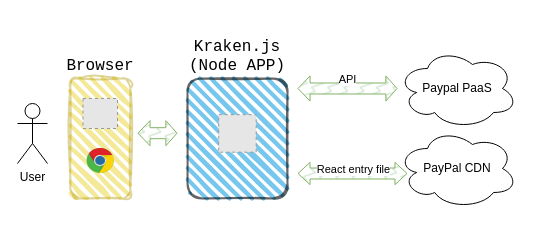
Before: Untitled Diagram.drawio in oceanlvr/oceanlvr-blog, a draw.io diagram. Source tidied: cells renumbered, new cells numbered last; positions are measured from the earlier drawing's top-left corner, leaving out a move shared by most shapes. Both pictures are drawn from the tidied source at 100%, with x=0, y=0 at pixel (17, 48). Pictures stored in the file or linked from it are replaced by grey dashed boxes.
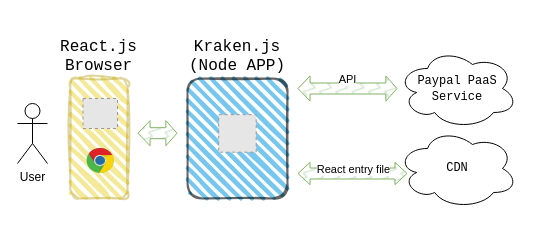
Above is the later version.

The edit, as a diff of the source:
```diff
@@
 <mxGraphModel>
   <root>
     <mxCell id="0" />
     <mxCell id="1" parent="0" />
-    <mxCell id="2" value="&lt;font style=&quot;font-size: 16px;&quot;&gt;Browser&lt;/font&gt;" style="rounded=1;whiteSpace=wrap;html=1;strokeWidth=2;fillWeight=4;hachureGap=8;hachureAngle=45;fillColor=#e3c800;fontColor=#000000;strokeColor=#B09500;opacity=40;gradientColor=none;sketch=1;curveFitting=1;jiggle=2;fontFamily=Courier New;verticalAlign=bottom;labelPosition=center;verticalLabelPosition=top;align=center;" parent="1" vertex="1">
-      <mxGeometry x="52.8" y="30" width="60" height="120" as="geometry" />
+    <mxCell id="2" value="&lt;font style=&quot;font-size: 16px;&quot;&gt;&lt;br&gt;React.js&lt;br&gt;Browser&lt;/font&gt;" style="rounded=1;whiteSpace=wrap;html=1;strokeWidth=2;fillWeight=4;hachureGap=8;hachureAngle=45;fillColor=#e3c800;fontColor=#000000;strokeColor=#B09500;opacity=40;gradientColor=none;sketch=1;curveFitting=1;jiggle=2;fontFamily=Courier New;verticalAlign=bottom;labelPosition=center;verticalLabelPosition=top;align=center;" parent="1" vertex="1">
+      <mxGeometry x="52.8" y="30" width="57.2" height="120" as="geometry" />
     </mxCell>
     <mxCell id="3" value="User" style="shape=umlActor;verticalLabelPosition=bottom;verticalAlign=top;html=1;" parent="1" vertex="1">
       <mxGeometry y="55" width="30" height="60" as="geometry" />
     </mxCell>
     <mxCell id="4" value="&lt;font style=&quot;font-size: 16px;&quot; face=&quot;Courier New&quot;&gt;Kraken.js&lt;br&gt;(Node APP)&lt;br&gt;&lt;/font&gt;" style="rounded=1;whiteSpace=wrap;html=1;strokeWidth=2;fillWeight=4;hachureGap=8;hachureAngle=45;fillColor=#1ba1e2;sketch=1;labelPosition=center;verticalLabelPosition=top;align=center;verticalAlign=bottom;opacity=60;" parent="1" vertex="1">
       <mxGeometry x="170" y="30" width="100" height="120" as="geometry" />
     </mxCell>
     <mxCell id="5" style="fillColor=#E6E6E6;strokeColor=#999999;dashed=1;verticalLabelPosition=bottom;labelBackgroundColor=default;verticalAlign=top;" parent="1" vertex="1">
       <mxGeometry x="201.2" y="66.2" width="37.5" height="37.5" as="geometry" />
     </mxCell>
-    <mxCell id="6" value="Paypal PaaS" style="ellipse;shape=cloud;whiteSpace=wrap;html=1;" parent="1" vertex="1">
+    <mxCell id="6" value="&lt;font face=&quot;Courier New&quot;&gt;Paypal PaaS&lt;br&gt;Service&lt;br&gt;&lt;/font&gt;" style="ellipse;shape=cloud;whiteSpace=wrap;html=1;" parent="1" vertex="1">
       <mxGeometry x="380" width="120" height="80" as="geometry" />
     </mxCell>
     <mxCell id="7" style="shape=flexArrow;endArrow=classic;startArrow=classic;html=1;rounded=0;width=11;endSize=3.3793103448275863;fillColor=#d5e8d4;strokeColor=#82b366;fillStyle=zigzag-line;startWidth=13.10344827586207;startSize=3.68;endWidth=13.10344827586207;" parent="1" edge="1" target="6">
       <mxGeometry relative="1" as="geometry">
         <mxPoint x="280" y="40" as="sourcePoint" />
       </mxGeometry>
     </mxCell>
     <mxCell id="8" value="API" style="edgeLabel;html=1;align=center;verticalAlign=middle;" parent="7" vertex="1">
       <mxGeometry x="0.25" y="2" relative="1" as="geometry">
         <mxPoint x="-14" y="-8" as="offset" />
       </mxGeometry>
     </mxCell>
     <mxCell id="9" style="shape=flexArrow;endArrow=classic;startArrow=classic;html=1;rounded=0;width=11;endSize=3.68;fillColor=#d5e8d4;strokeColor=#82b366;fillStyle=zigzag-line;startWidth=10.32258064516129;startSize=3.68;endWidth=10.32258064516129;" parent="1" edge="1">
       <mxGeometry relative="1" as="geometry">
         <mxPoint x="280" y="125" as="sourcePoint" />
         <mxPoint x="390" y="125" as="targetPoint" />
       </mxGeometry>
     </mxCell>
     <mxCell id="10" value="React entry file" style="edgeLabel;html=1;align=center;verticalAlign=middle;" parent="9" vertex="1">
       <mxGeometry x="-0.13" y="3" relative="1" as="geometry">
         <mxPoint x="7" y="-2" as="offset" />
       </mxGeometry>
     </mxCell>
     <mxCell id="11" style="dashed=0;html=1;align=center;labelPosition=center;verticalLabelPosition=bottom;verticalAlign=top;shape=mxgraph.weblogos.chrome;" parent="1" vertex="1">
       <mxGeometry x="69.1" y="99.6" width="27.4" height="25.4" as="geometry" />
     </mxCell>
-    <mxCell id="12" value="PayPal CDN" style="ellipse;shape=cloud;whiteSpace=wrap;html=1;" parent="1" vertex="1">
+    <mxCell id="12" value="CDN" style="ellipse;shape=cloud;whiteSpace=wrap;html=1;fontFamily=Courier New;" parent="1" vertex="1">
       <mxGeometry x="380" y="80" width="120" height="80" as="geometry" />
     </mxCell>
     <mxCell id="13" style="fillColor=#E6E6E6;strokeColor=#999999;dashed=1;verticalLabelPosition=bottom;labelBackgroundColor=default;verticalAlign=top;" parent="1" vertex="1">
       <mxGeometry x="65.5" y="50" width="34.5" height="30" as="geometry" />
     </mxCell>
     <mxCell id="14" style="shape=flexArrow;endArrow=classic;startArrow=classic;html=1;rounded=0;width=11;endSize=3.3793103448275863;fillColor=#d5e8d4;strokeColor=#82b366;fillStyle=zigzag-line;startWidth=13.10344827586207;startSize=3.68;endWidth=13.10344827586207;" parent="1" edge="1">
       <mxGeometry relative="1" as="geometry">
         <mxPoint x="120" y="84.7" as="sourcePoint" />
         <mxPoint x="160" y="84.7" as="targetPoint" />
       </mxGeometry>
     </mxCell>
   </root>
 </mxGraphModel>
```
